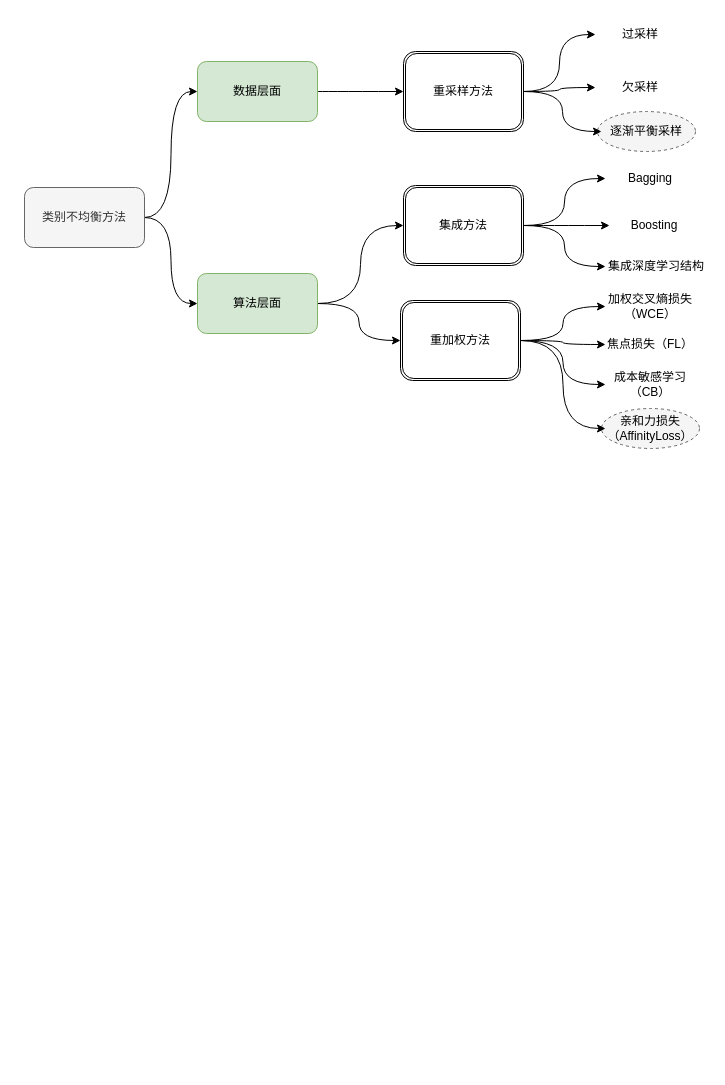
Before: 未命名绘图.drawio in lcq666666/lcq666666.github.io, a draw.io diagram. Source tidied: cells renumbered, new cells numbered last; positions are measured from the earlier drawing's top-left corner, leaving out a move shared by most shapes. Both pictures are drawn from the tidied source at 100%, with x=0, y=0 at pixel (24, 17). Pictures stored in the file or linked from it are replaced by grey dashed boxes.
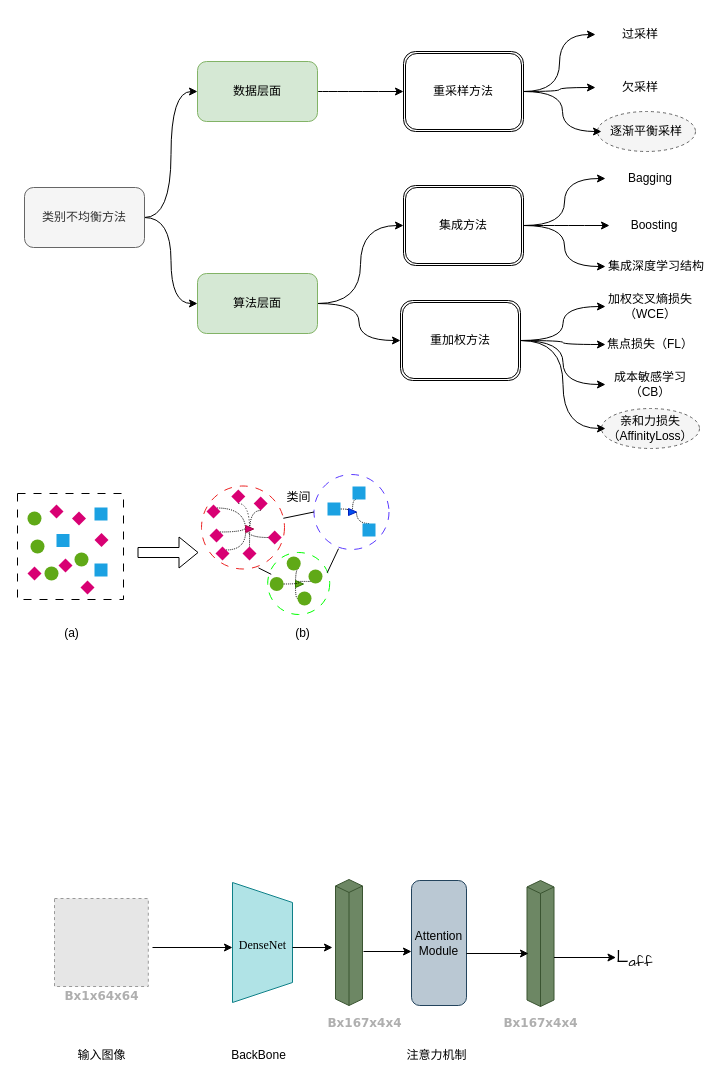
The same diagram, later.

Commit message (it also covers changes not shown here):
更新未命名绘图.drawio

What changed in the source:
```diff
@@
+    <mxCell id="35" style="whiteSpace=wrap;html=1;dashed=1;dashPattern=8 8;" parent="1" vertex="1">
+      <mxGeometry x="-7" y="476" width="106" height="106" as="geometry" />
+    </mxCell>
@@
+    <mxCell id="36" style="whiteSpace=wrap;html=1;fillColor=#1ba1e2;strokeColor=none;fontColor=#ffffff;" parent="1" vertex="1">
+      <mxGeometry x="70" y="490" width="13" height="13" as="geometry" />
+    </mxCell>
+    <mxCell id="37" style="whiteSpace=wrap;html=1;fillColor=#1ba1e2;strokeColor=none;fontColor=#ffffff;" parent="1" vertex="1">
+      <mxGeometry x="32" y="516.5" width="13" height="13" as="geometry" />
+    </mxCell>
+    <mxCell id="38" style="whiteSpace=wrap;html=1;fillColor=#1ba1e2;strokeColor=none;fontColor=#ffffff;" parent="1" vertex="1">
+      <mxGeometry x="70" y="546" width="13" height="13" as="geometry" />
+    </mxCell>
+    <mxCell id="39" style="rhombus;whiteSpace=wrap;html=1;fillColor=#d80073;strokeColor=none;fontColor=#ffffff;" parent="1" vertex="1">
+      <mxGeometry x="25" y="487" width="14" height="14" as="geometry" />
+    </mxCell>
+    <mxCell id="40" style="rhombus;whiteSpace=wrap;html=1;fillColor=#d80073;strokeColor=none;fontColor=#ffffff;" parent="1" vertex="1">
+      <mxGeometry x="70" y="515.5" width="14" height="14" as="geometry" />
+    </mxCell>
+    <mxCell id="41" style="rhombus;whiteSpace=wrap;html=1;fillColor=#d80073;strokeColor=none;fontColor=#ffffff;" parent="1" vertex="1">
+      <mxGeometry x="34" y="541" width="14" height="14" as="geometry" />
+    </mxCell>
+    <mxCell id="42" style="rhombus;whiteSpace=wrap;html=1;fillColor=#d80073;strokeColor=none;fontColor=#ffffff;" parent="1" vertex="1">
+      <mxGeometry x="47.5" y="494" width="14" height="14" as="geometry" />
+    </mxCell>
+    <mxCell id="43" style="rhombus;whiteSpace=wrap;html=1;fillColor=#d80073;strokeColor=none;fontColor=#ffffff;" parent="1" vertex="1">
+      <mxGeometry x="56" y="563" width="14" height="14" as="geometry" />
+    </mxCell>
+    <mxCell id="44" style="rhombus;whiteSpace=wrap;html=1;fillColor=#d80073;strokeColor=none;fontColor=#ffffff;" parent="1" vertex="1">
+      <mxGeometry x="3" y="549" width="14" height="14" as="geometry" />
+    </mxCell>
+    <mxCell id="45" style="ellipse;whiteSpace=wrap;html=1;fillColor=#60a917;fontColor=#ffffff;strokeColor=none;" parent="1" vertex="1">
+      <mxGeometry x="3" y="494" width="14" height="14" as="geometry" />
+    </mxCell>
+    <mxCell id="46" style="ellipse;whiteSpace=wrap;html=1;fillColor=#60a917;fontColor=#ffffff;strokeColor=none;" parent="1" vertex="1">
+      <mxGeometry x="50" y="535" width="14" height="14" as="geometry" />
+    </mxCell>
+    <mxCell id="47" style="ellipse;whiteSpace=wrap;html=1;fillColor=#60a917;fontColor=#ffffff;strokeColor=none;" parent="1" vertex="1">
+      <mxGeometry x="20" y="549" width="14" height="14" as="geometry" />
+    </mxCell>
+    <mxCell id="48" style="ellipse;whiteSpace=wrap;html=1;fillColor=#60a917;fontColor=#ffffff;strokeColor=none;" parent="1" vertex="1">
+      <mxGeometry x="6" y="522" width="14" height="14" as="geometry" />
+    </mxCell>
+    <mxCell id="49" style="group;" parent="1" vertex="1">
+      <mxGeometry x="182" y="472" width="135" height="143" as="geometry" />
+    </mxCell>
+    <mxCell id="50" style="edgeStyle=orthogonalEdgeStyle;curved=1;rounded=0;jettySize=auto;html=1;exitX=0.5;exitY=1;exitDx=0;exitDy=0;entryX=0.5;entryY=1;entryDx=0;entryDy=0;endArrow=none;startFill=0;dashed=1;dashPattern=1 2;" parent="49" edge="1" source="51" target="64">
+      <mxGeometry relative="1" as="geometry" />
+    </mxCell>
+    <mxCell id="51" style="rhombus;whiteSpace=wrap;html=1;fillColor=#d80073;strokeColor=none;fontColor=#ffffff;" parent="49" vertex="1">
+      <mxGeometry x="24.8" width="14" height="14" as="geometry" />
+    </mxCell>
+    <mxCell id="52" style="edgeStyle=orthogonalEdgeStyle;curved=1;rounded=0;jettySize=auto;html=1;exitX=1;exitY=0;exitDx=0;exitDy=0;entryX=0;entryY=0.25;entryDx=0;entryDy=0;dashed=1;dashPattern=1 1;endArrow=none;startFill=0;" parent="49" edge="1" source="53" target="64">
+      <mxGeometry relative="1" as="geometry" />
+    </mxCell>
+    <mxCell id="53" style="rhombus;whiteSpace=wrap;html=1;fillColor=#d80073;strokeColor=none;fontColor=#ffffff;" parent="49" vertex="1">
+      <mxGeometry x="3" y="39" width="14" height="14" as="geometry" />
+    </mxCell>
+    <mxCell id="54" style="edgeStyle=orthogonalEdgeStyle;curved=1;rounded=0;jettySize=auto;html=1;exitX=1;exitY=0;exitDx=0;exitDy=0;entryX=0;entryY=0.75;entryDx=0;entryDy=0;dashed=1;dashPattern=1 1;endArrow=none;startFill=0;" parent="49" edge="1" source="55" target="64">
+      <mxGeometry relative="1" as="geometry" />
+    </mxCell>
+    <mxCell id="55" style="rhombus;whiteSpace=wrap;html=1;fillColor=#d80073;strokeColor=none;fontColor=#ffffff;" parent="49" vertex="1">
+      <mxGeometry y="15" width="14" height="14" as="geometry" />
+    </mxCell>
+    <mxCell id="56" style="edgeStyle=orthogonalEdgeStyle;curved=1;rounded=0;jettySize=auto;html=1;exitX=0;exitY=0.5;exitDx=0;exitDy=0;entryX=0;entryY=0.25;entryDx=0;entryDy=0;dashed=1;dashPattern=1 1;endArrow=none;startFill=0;" parent="49" edge="1" source="57" target="64">
+      <mxGeometry relative="1" as="geometry" />
+    </mxCell>
+    <mxCell id="57" style="rhombus;whiteSpace=wrap;html=1;fillColor=#d80073;strokeColor=none;fontColor=#ffffff;" parent="49" vertex="1">
+      <mxGeometry x="61.2" y="41" width="14" height="14" as="geometry" />
+    </mxCell>
+    <mxCell id="58" style="edgeStyle=orthogonalEdgeStyle;curved=1;rounded=0;jettySize=auto;html=1;exitX=0.5;exitY=1;exitDx=0;exitDy=0;entryX=0.5;entryY=1;entryDx=0;entryDy=0;dashed=1;dashPattern=1 1;endArrow=none;startFill=0;" parent="49" edge="1" source="59" target="64">
+      <mxGeometry relative="1" as="geometry" />
+    </mxCell>
+    <mxCell id="59" style="rhombus;whiteSpace=wrap;html=1;fillColor=#d80073;strokeColor=none;fontColor=#ffffff;" parent="49" vertex="1">
+      <mxGeometry x="47.2" y="7" width="14" height="14" as="geometry" />
+    </mxCell>
+    <mxCell id="60" style="edgeStyle=orthogonalEdgeStyle;curved=1;rounded=0;jettySize=auto;html=1;exitX=1;exitY=0;exitDx=0;exitDy=0;entryX=0;entryY=0.75;entryDx=0;entryDy=0;dashed=1;dashPattern=1 1;endArrow=none;startFill=0;" parent="49" edge="1" source="61" target="64">
+      <mxGeometry relative="1" as="geometry" />
+    </mxCell>
+    <mxCell id="61" style="rhombus;whiteSpace=wrap;html=1;fillColor=#d80073;strokeColor=none;fontColor=#ffffff;" parent="49" vertex="1">
+      <mxGeometry x="9" y="57" width="14" height="14" as="geometry" />
+    </mxCell>
+    <mxCell id="62" style="edgeStyle=orthogonalEdgeStyle;curved=1;rounded=0;jettySize=auto;html=1;exitX=0.5;exitY=0;exitDx=0;exitDy=0;entryX=0.5;entryY=0;entryDx=0;entryDy=0;dashed=1;dashPattern=1 1;endArrow=none;startFill=0;" parent="49" edge="1" source="63" target="64">
+      <mxGeometry relative="1" as="geometry" />
+    </mxCell>
+    <mxCell id="63" style="rhombus;whiteSpace=wrap;html=1;fillColor=#d80073;strokeColor=none;fontColor=#ffffff;" parent="49" vertex="1">
+      <mxGeometry x="36" y="57" width="14" height="14" as="geometry" />
+    </mxCell>
+    <mxCell id="64" style="triangle;whiteSpace=wrap;html=1;fillColor=#d80073;fontColor=#ffffff;strokeColor=#A50040;" parent="49" vertex="1">
+      <mxGeometry x="39.2" y="36" width="8" height="7" as="geometry" />
+    </mxCell>
+    <mxCell id="65" style="ellipse;whiteSpace=wrap;html=1;fillColor=none;dashed=1;dashPattern=8 8;strokeColor=light-dark(#ec2222, #ededed);" parent="49" vertex="1">
+      <mxGeometry x="-5" y="-3.5" width="83" height="83" as="geometry" />
+    </mxCell>
+    <mxCell id="66" style="ellipse;whiteSpace=wrap;html=1;dashed=1;dashPattern=8 8;fillColor=none;strokeColor=#00FF00;" parent="49" vertex="1">
+      <mxGeometry x="61.2" y="63" width="62" height="62" as="geometry" />
+    </mxCell>
+    <mxCell id="67" style="endArrow=none;html=1;rounded=0;exitX=0.687;exitY=0.987;exitDx=0;exitDy=0;exitPerimeter=0;entryX=0.057;entryY=0.352;entryDx=0;entryDy=0;entryPerimeter=0;" parent="49" edge="1" source="65" target="66">
+      <mxGeometry relative="1" as="geometry" />
+    </mxCell>
+    <mxCell id="68" value="类间" style="text;html=1;align=center;verticalAlign=middle;strokeColor=none;fillColor=none;" parent="49" vertex="1">
+      <mxGeometry x="71.2" y="-5" width="42" height="26" as="geometry" />
+    </mxCell>
+    <mxCell id="69" style="group;" parent="1" vertex="1">
+      <mxGeometry x="245.2" y="539" width="52.8" height="49" as="geometry" />
+    </mxCell>
+    <mxCell id="70" style="ellipse;whiteSpace=wrap;html=1;fillColor=#60a917;fontColor=#ffffff;strokeColor=none;" parent="69" vertex="1">
+      <mxGeometry y="20.5" width="14" height="14" as="geometry" />
+    </mxCell>
+    <mxCell id="71" style="group;" parent="69" vertex="1">
+      <mxGeometry x="17" width="35.8" height="49" as="geometry" />
+    </mxCell>
+    <mxCell id="72" style="edgeStyle=orthogonalEdgeStyle;curved=1;rounded=0;jettySize=auto;html=1;exitX=1;exitY=1;exitDx=0;exitDy=0;entryX=0;entryY=0.5;entryDx=0;entryDy=0;dashed=1;dashPattern=1 1;endArrow=none;startFill=0;" parent="71" edge="1" source="73" target="78">
+      <mxGeometry relative="1" as="geometry" />
+    </mxCell>
+    <mxCell id="73" style="ellipse;whiteSpace=wrap;html=1;fillColor=#60a917;fontColor=#ffffff;strokeColor=none;" parent="71" vertex="1">
+      <mxGeometry width="14" height="14" as="geometry" />
+    </mxCell>
+    <mxCell id="74" style="edgeStyle=orthogonalEdgeStyle;curved=1;rounded=0;jettySize=auto;html=1;exitX=0;exitY=1;exitDx=0;exitDy=0;entryX=0;entryY=0.25;entryDx=0;entryDy=0;dashed=1;dashPattern=1 1;endArrow=none;startFill=0;" parent="71" edge="1" source="75" target="78">
+      <mxGeometry relative="1" as="geometry" />
+    </mxCell>
+    <mxCell id="75" style="ellipse;whiteSpace=wrap;html=1;fillColor=#60a917;fontColor=#ffffff;strokeColor=none;" parent="71" vertex="1">
+      <mxGeometry x="21.8" y="13" width="14" height="14" as="geometry" />
+    </mxCell>
+    <mxCell id="76" style="edgeStyle=orthogonalEdgeStyle;curved=1;rounded=0;jettySize=auto;html=1;exitX=0;exitY=0.5;exitDx=0;exitDy=0;entryX=0;entryY=0.75;entryDx=0;entryDy=0;dashed=1;dashPattern=1 1;endArrow=none;startFill=0;" parent="71" edge="1" source="77" target="78">
+      <mxGeometry relative="1" as="geometry" />
+    </mxCell>
+    <mxCell id="77" style="ellipse;whiteSpace=wrap;html=1;fillColor=#60a917;fontColor=#ffffff;strokeColor=none;" parent="71" vertex="1">
+      <mxGeometry x="10.8" y="35" width="14" height="14" as="geometry" />
+    </mxCell>
+    <mxCell id="78" style="triangle;whiteSpace=wrap;html=1;fillColor=#60a917;fontColor=#ffffff;strokeColor=#2D7600;" parent="71" vertex="1">
+      <mxGeometry x="8.8" y="24" width="8" height="7" as="geometry" />
+    </mxCell>
+    <mxCell id="79" style="edgeStyle=orthogonalEdgeStyle;curved=1;rounded=0;jettySize=auto;html=1;exitX=1;exitY=0.5;exitDx=0;exitDy=0;entryX=0.5;entryY=0;entryDx=0;entryDy=0;dashed=1;dashPattern=1 1;endArrow=none;startFill=0;" parent="69" edge="1" source="70" target="78">
+      <mxGeometry relative="1" as="geometry" />
+    </mxCell>
+    <mxCell id="80" style="group;" parent="1" vertex="1">
+      <mxGeometry x="303" y="469" width="61.5" height="63" as="geometry" />
+    </mxCell>
+    <mxCell id="81" style="edgeStyle=orthogonalEdgeStyle;curved=1;rounded=0;jettySize=auto;html=1;exitX=1;exitY=0.5;exitDx=0;exitDy=0;entryX=0;entryY=0.25;entryDx=0;entryDy=0;dashed=1;dashPattern=1 1;endArrow=none;startFill=0;" parent="80" edge="1" source="82" target="87">
+      <mxGeometry relative="1" as="geometry" />
+    </mxCell>
+    <mxCell id="82" style="whiteSpace=wrap;html=1;fillColor=#1ba1e2;strokeColor=none;fontColor=#ffffff;" parent="80" vertex="1">
+      <mxGeometry y="16" width="13" height="13" as="geometry" />
+    </mxCell>
+    <mxCell id="83" style="edgeStyle=orthogonalEdgeStyle;curved=1;rounded=0;jettySize=auto;html=1;exitX=0.25;exitY=1;exitDx=0;exitDy=0;entryX=0.5;entryY=0;entryDx=0;entryDy=0;dashed=1;dashPattern=1 1;endArrow=none;startFill=0;" parent="80" edge="1" source="84" target="87">
+      <mxGeometry relative="1" as="geometry" />
+    </mxCell>
+    <mxCell id="84" style="whiteSpace=wrap;html=1;fillColor=#1ba1e2;strokeColor=none;fontColor=#ffffff;" parent="80" vertex="1">
+      <mxGeometry x="25" width="13" height="13" as="geometry" />
+    </mxCell>
+    <mxCell id="85" style="edgeStyle=orthogonalEdgeStyle;curved=1;rounded=0;jettySize=auto;html=1;exitX=0.5;exitY=0;exitDx=0;exitDy=0;entryX=1;entryY=0.5;entryDx=0;entryDy=0;dashed=1;dashPattern=1 1;endArrow=none;startFill=0;" parent="80" edge="1" source="86" target="87">
+      <mxGeometry relative="1" as="geometry" />
+    </mxCell>
+    <mxCell id="86" style="whiteSpace=wrap;html=1;fillColor=#1ba1e2;strokeColor=none;fontColor=#ffffff;" parent="80" vertex="1">
+      <mxGeometry x="35" y="37" width="13" height="13" as="geometry" />
+    </mxCell>
+    <mxCell id="87" style="triangle;whiteSpace=wrap;html=1;fillColor=#0050ef;fontColor=#ffffff;strokeColor=#001DBC;" parent="80" vertex="1">
+      <mxGeometry x="21" y="22" width="8" height="7" as="geometry" />
+    </mxCell>
+    <mxCell id="88" style="ellipse;whiteSpace=wrap;html=1;fillColor=none;dashed=1;dashPattern=8 8;strokeColor=#5B3BFF;" parent="80" vertex="1">
+      <mxGeometry x="-13.5" y="-12" width="75" height="75" as="geometry" />
+    </mxCell>
+    <mxCell id="89" style="shape=flexArrow;endArrow=classic;html=1;rounded=0;" parent="1" edge="1">
+      <mxGeometry relative="1" as="geometry">
+        <mxPoint x="113" y="535" as="sourcePoint" />
+        <mxPoint x="174" y="535" as="targetPoint" />
+      </mxGeometry>
+    </mxCell>
+    <mxCell id="90" style="endArrow=none;html=1;rounded=0;entryX=0.986;entryY=0.389;entryDx=0;entryDy=0;entryPerimeter=0;exitX=0;exitY=0.5;exitDx=0;exitDy=0;" parent="1" edge="1" source="88" target="65">
+      <mxGeometry relative="1" as="geometry" />
+    </mxCell>
+    <mxCell id="91" style="endArrow=none;html=1;rounded=0;entryX=0.96;entryY=0.326;entryDx=0;entryDy=0;entryPerimeter=0;exitX=0.327;exitY=0.989;exitDx=0;exitDy=0;exitPerimeter=0;" parent="1" edge="1" source="88" target="66">
+      <mxGeometry relative="1" as="geometry" />
+    </mxCell>
+    <mxCell id="92" value="(a)" style="text;html=1;align=center;verticalAlign=middle;strokeColor=none;fillColor=none;" parent="1" vertex="1">
+      <mxGeometry x="30" y="603" width="33" height="26" as="geometry" />
+    </mxCell>
+    <mxCell id="93" value="(b)" style="text;html=1;align=center;verticalAlign=middle;strokeColor=none;fillColor=none;" parent="1" vertex="1">
+      <mxGeometry x="261" y="603" width="33" height="26" as="geometry" />
+    </mxCell>
+    <mxCell id="94" style="shape=trapezoid;perimeter=trapezoidPerimeter;whiteSpace=wrap;html=1;fixedSize=1;rotation=90;fillColor=#b0e3e6;strokeColor=#0e8088;" parent="1" vertex="1">
+      <mxGeometry x="178" y="895" width="120" height="60" as="geometry" />
+    </mxCell>
+    <mxCell id="95" style="fillColor=#E6E6E6;strokeColor=#999999;dashed=1;verticalLabelPosition=bottom;labelBackgroundColor=default;verticalAlign=top;" parent="1" vertex="1">
+      <mxGeometry x="30" y="881" width="93.8" height="88" as="geometry" />
+    </mxCell>
+    <mxCell id="96" value="输入图像" style="text;html=1;align=center;verticalAlign=middle;strokeColor=none;fillColor=none;" parent="1" vertex="1">
+      <mxGeometry x="43.5" y="1025" width="66" height="26" as="geometry" />
+    </mxCell>
+    <mxCell id="97" style="endArrow=classic;html=1;rounded=0;" parent="1" edge="1">
+      <mxGeometry relative="1" as="geometry">
+        <mxPoint x="128" y="930" as="sourcePoint" />
+        <mxPoint x="208" y="930" as="targetPoint" />
+      </mxGeometry>
+    </mxCell>
+    <mxCell id="98" value="&lt;font face=&quot;Times New Roman&quot;&gt;DenseNet&lt;/font&gt;&lt;div&gt;&lt;br&gt;&lt;/div&gt;" style="text;html=1;align=center;verticalAlign=middle;strokeColor=none;fillColor=none;" parent="1" vertex="1">
+      <mxGeometry x="205.5" y="914" width="65" height="41" as="geometry" />
+    </mxCell>
+    <mxCell id="99" style="endArrow=classic;html=1;rounded=0;" parent="1" edge="1">
+      <mxGeometry relative="1" as="geometry">
+        <mxPoint x="268" y="930" as="sourcePoint" />
+        <mxPoint x="308" y="930" as="targetPoint" />
+      </mxGeometry>
+    </mxCell>
+    <mxCell id="100" style="html=1;whiteSpace=wrap;shape=isoCube2;backgroundOutline=1;isoAngle=15;fillColor=#6d8764;fontColor=#ffffff;strokeColor=#3A5431;" parent="1" vertex="1">
+      <mxGeometry x="311" y="862" width="27" height="126" as="geometry" />
+    </mxCell>
+    <mxCell id="101" value="&lt;b&gt;&lt;font style=&quot;color: rgb(175, 175, 175);&quot; face=&quot;Verdana&quot;&gt;Bx1x64x64&lt;/font&gt;&lt;/b&gt;" style="text;html=1;align=center;verticalAlign=middle;strokeColor=none;fillColor=none;" parent="1" vertex="1">
+      <mxGeometry x="30" y="965" width="94" height="27" as="geometry" />
+    </mxCell>
+    <mxCell id="102" value="&lt;b&gt;&lt;font style=&quot;color: rgb(175, 175, 175);&quot; face=&quot;Verdana&quot;&gt;Bx167x4x4&lt;/font&gt;&lt;/b&gt;" style="text;html=1;align=center;verticalAlign=middle;strokeColor=none;fillColor=none;" parent="1" vertex="1">
+      <mxGeometry x="293" y="992" width="94" height="27" as="geometry" />
+    </mxCell>
+    <mxCell id="103" style="endArrow=classic;html=1;rounded=0;" parent="1" edge="1">
+      <mxGeometry relative="1" as="geometry">
+        <mxPoint x="339" y="934" as="sourcePoint" />
+        <mxPoint x="387" y="934" as="targetPoint" />
+      </mxGeometry>
+    </mxCell>
+    <mxCell id="104" value="Attention&lt;div&gt;Module&lt;/div&gt;" style="rounded=1;whiteSpace=wrap;html=1;fillColor=#bac8d3;strokeColor=#23445d;" parent="1" vertex="1">
+      <mxGeometry x="387" y="863" width="55" height="125" as="geometry" />
+    </mxCell>
+    <mxCell id="105" value="&lt;b&gt;&lt;font style=&quot;color: rgb(175, 175, 175);&quot; face=&quot;Verdana&quot;&gt;Bx167x4x4&lt;/font&gt;&lt;/b&gt;" style="text;html=1;align=center;verticalAlign=middle;strokeColor=none;fillColor=none;" parent="1" vertex="1">
+      <mxGeometry x="469" y="992" width="94" height="27" as="geometry" />
+    </mxCell>
+    <mxCell id="106" style="html=1;whiteSpace=wrap;shape=isoCube2;backgroundOutline=1;isoAngle=15;fillColor=#6d8764;fontColor=#ffffff;strokeColor=#3A5431;" parent="1" vertex="1">
+      <mxGeometry x="502.5" y="863" width="27" height="126" as="geometry" />
+    </mxCell>
+    <mxCell id="107" style="endArrow=classic;html=1;rounded=0;exitX=0.959;exitY=0.592;exitDx=0;exitDy=0;exitPerimeter=0;" parent="1" edge="1">
+      <mxGeometry relative="1" as="geometry">
+        <mxPoint x="442" y="936" as="sourcePoint" />
+        <mxPoint x="504" y="936" as="targetPoint" />
+      </mxGeometry>
+    </mxCell>
+    <mxCell id="108" value="&lt;font style=&quot;font-size: 17px;&quot; face=&quot;Comic Sans MS&quot;&gt;L&lt;sub&gt;aff&lt;/sub&gt;&lt;/font&gt;" style="text;html=1;align=center;verticalAlign=middle;strokeColor=none;fillColor=none;" parent="1" vertex="1">
+      <mxGeometry x="585" y="924" width="49" height="36" as="geometry" />
+    </mxCell>
+    <mxCell id="109" style="endArrow=classic;html=1;rounded=0;exitX=0.959;exitY=0.592;exitDx=0;exitDy=0;exitPerimeter=0;" parent="1" edge="1">
+      <mxGeometry relative="1" as="geometry">
+        <mxPoint x="529.5" y="940" as="sourcePoint" />
+        <mxPoint x="591.5" y="940" as="targetPoint" />
+      </mxGeometry>
+    </mxCell>
+    <mxCell id="110" value="BackBone" style="text;html=1;align=center;verticalAlign=middle;strokeColor=none;fillColor=none;" parent="1" vertex="1">
+      <mxGeometry x="197" y="1025" width="73" height="26" as="geometry" />
+    </mxCell>
+    <mxCell id="111" value="注意力机制" style="text;html=1;align=center;verticalAlign=middle;strokeColor=none;fillColor=none;" parent="1" vertex="1">
+      <mxGeometry x="373" y="1025" width="78" height="26" as="geometry" />
+    </mxCell>
```
